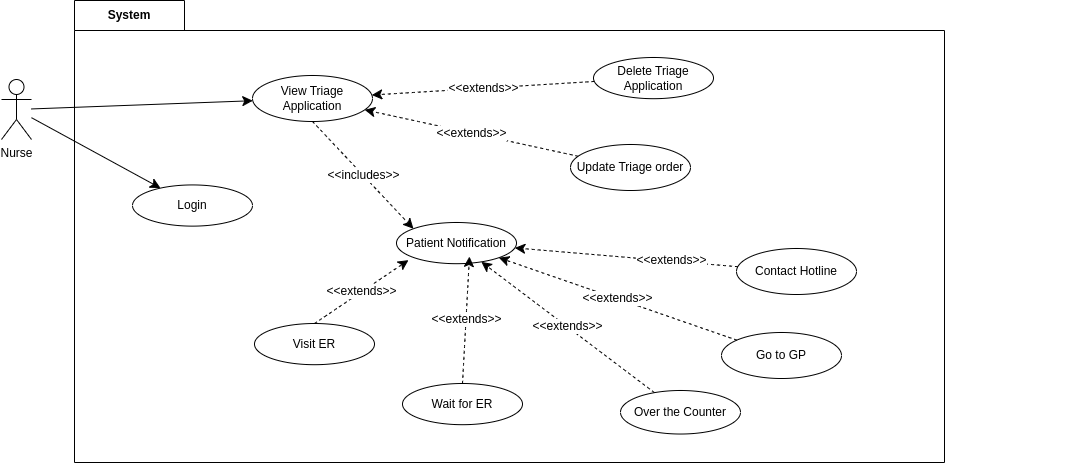
Before: useCaseDiagrams/NurseUseCaseDiagram.drawio.png, a diagram exported from draw.io (SENG-350-2024-fall/Team5). Source tidied: cells renumbered, new cells last; positions are measured from the earlier drawing's top-left corner, leaving out a move shared by most shapes.
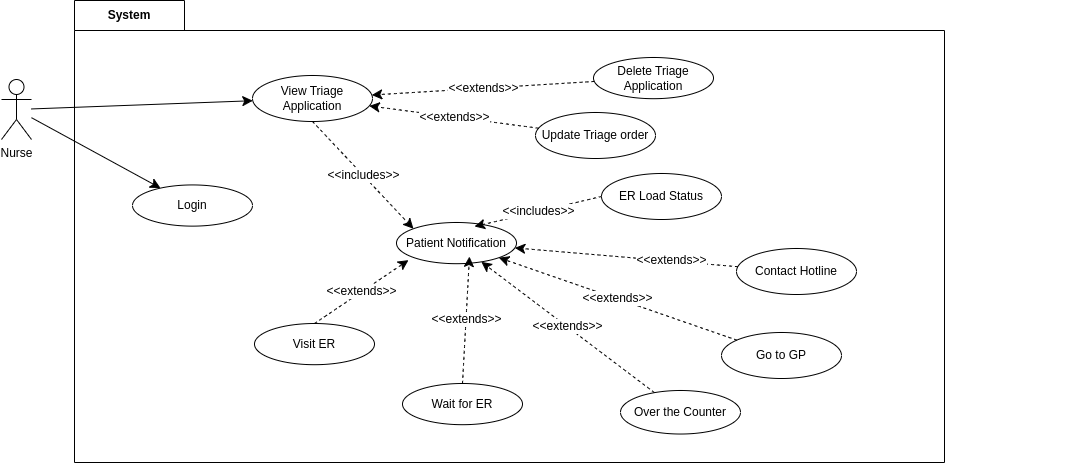
The same file after the commit.

Diff of the diagram source:
```diff
@@ -14,7 +14,7 @@
       <mxGeometry x="519" y="57" width="120" height="41.2" as="geometry" />
     </mxCell>
     <mxCell id="5" value="Update Triage order" style="ellipse;whiteSpace=wrap;html=1;" parent="2" vertex="1">
-      <mxGeometry x="496" y="144" width="120" height="46" as="geometry" />
+      <mxGeometry x="461" y="112" width="120" height="46" as="geometry" />
     </mxCell>
     <mxCell id="6" value="Visit ER" style="ellipse;whiteSpace=wrap;html=1;" parent="2" vertex="1">
       <mxGeometry x="180" y="323" width="120" height="41.2" as="geometry" />
@@ -55,6 +55,12 @@
     <mxCell id="18" value="&amp;lt;&amp;lt;extends&amp;gt;&amp;gt;" style="edgeLabel;html=1;align=center;verticalAlign=middle;fontSize=12;" parent="17" vertex="1">
       <mxGeometry x="-0.4" y="-1" relative="1" as="geometry" />
     </mxCell>
+    <mxCell id="27" value="ER Load Status" style="ellipse;whiteSpace=wrap;html=1;" parent="2" vertex="1">
+      <mxGeometry x="527" y="173" width="120" height="46" as="geometry" />
+    </mxCell>
+    <mxCell id="28" value="&lt;span style=&quot;color: rgb(0, 0, 0); font-family: Helvetica; font-size: 12px; font-style: normal; font-variant-ligatures: normal; font-variant-caps: normal; font-weight: 400; letter-spacing: normal; orphans: 2; text-align: center; text-indent: 0px; text-transform: none; widows: 2; word-spacing: 0px; -webkit-text-stroke-width: 0px; white-space: nowrap; background-color: rgb(255, 255, 255); text-decoration-thickness: initial; text-decoration-style: initial; text-decoration-color: initial; display: inline !important; float: none;&quot;&gt;&amp;lt;&amp;lt;includes&amp;gt;&amp;gt;&lt;/span&gt;" style="edgeStyle=none;curved=1;rounded=0;jettySize=auto;html=1;fontSize=12;startSize=8;endSize=8;dashed=1;exitX=0;exitY=0.5;exitDx=0;exitDy=0;entryX=0.65;entryY=0.097;entryDx=0;entryDy=0;entryPerimeter=0;" parent="2" edge="1" source="27" target="10">
+      <mxGeometry relative="1" as="geometry" />
+    </mxCell>
     <mxCell id="19" style="edgeStyle=none;curved=1;rounded=0;jettySize=auto;html=1;fontSize=12;startSize=8;endSize=8;" parent="1" edge="1" source="21" target="9">
       <mxGeometry relative="1" as="geometry" />
     </mxCell>
```
